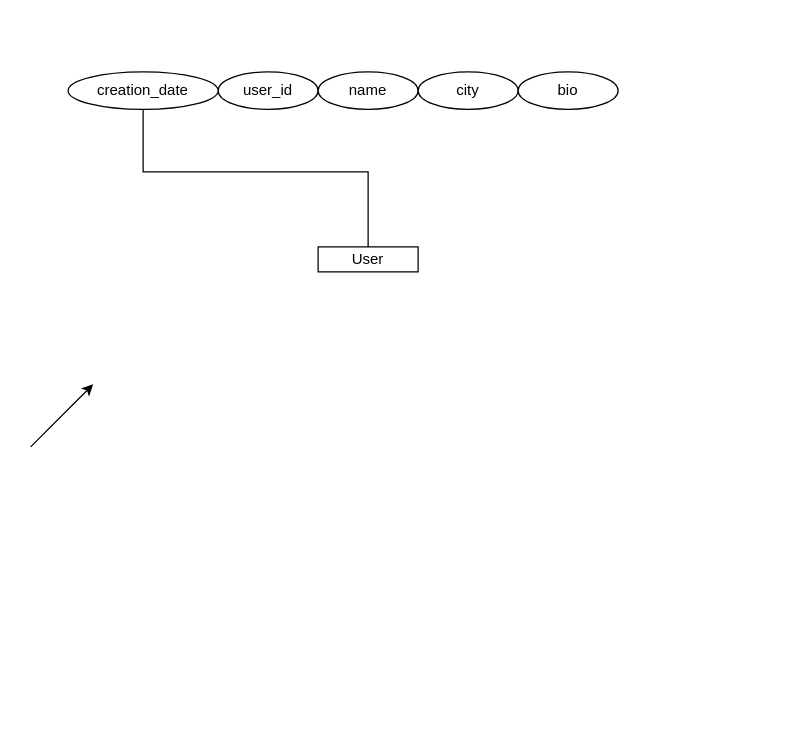
Earlier version of the draw.io diagram Assignment1.drawio (n30phyte/CMPUT291). Source tidied: cells renumbered, new cells numbered last; positions are measured from the earlier drawing's top-left corner, leaving out a move shared by most shapes. Both pictures are drawn from the tidied source at 125%, with x=0, y=0 at pixel (30, 71).
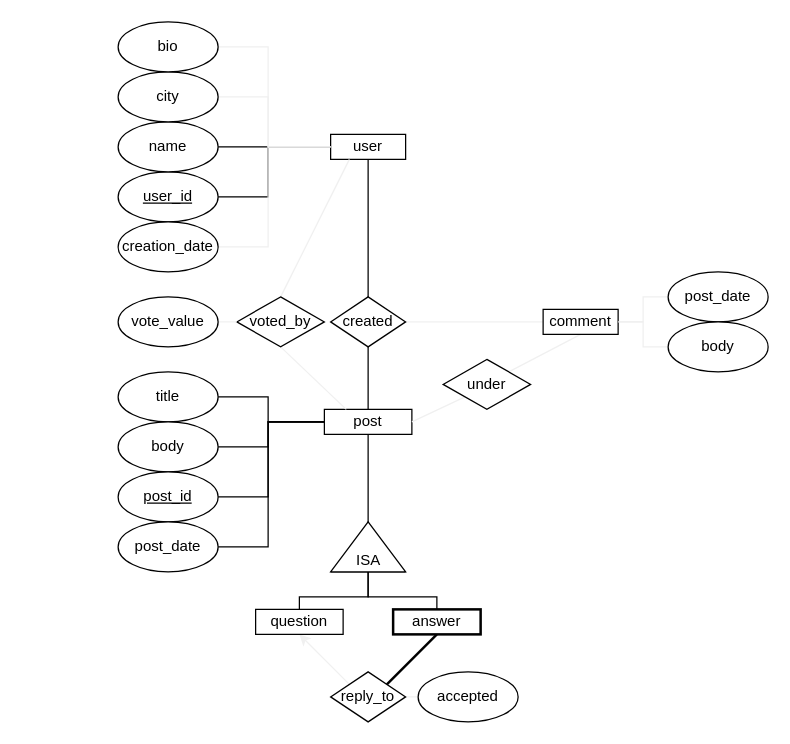
After the change.

Commit message:
Finished Draft 1 maybe?

Diff of the diagram source:
```diff
@@
+    <mxCell id="10" style="edgeStyle=orthogonalEdgeStyle;rounded=0;jettySize=auto;html=1;endArrow=none;endFill=0;exitX=0;exitY=0.5;exitDx=0;exitDy=0;" parent="1" edge="1" source="2" target="4">
+      <mxGeometry relative="1" as="geometry">
+        <Array as="points">
+          <mxPoint x="240" y="60" />
+        </Array>
+      </mxGeometry>
+    </mxCell>
+    <mxCell id="11" style="edgeStyle=orthogonalEdgeStyle;rounded=0;jettySize=auto;html=1;endArrow=none;endFill=0;" parent="1" edge="1" source="2" target="18">
+      <mxGeometry relative="1" as="geometry" />
+    </mxCell>
-    <mxCell id="2" value="&lt;div&gt;User&lt;/div&gt;" style="rounded=0;whiteSpace=wrap;html=1;" parent="1" vertex="1">
-      <mxGeometry x="230" y="140" width="80" height="20" as="geometry" />
+    <mxCell id="2" value="&lt;div&gt;user&lt;/div&gt;" style="rounded=0;whiteSpace=wrap;html=1;" parent="1" vertex="1">
+      <mxGeometry x="240" y="50" width="60" height="20" as="geometry" />
     </mxCell>
+    <mxCell id="12" style="edgeStyle=orthogonalEdgeStyle;rounded=0;jettySize=auto;html=1;exitX=1;exitY=0.5;exitDx=0;exitDy=0;entryX=0;entryY=0.5;entryDx=0;entryDy=0;endArrow=none;endFill=0;" parent="1" edge="1" source="3" target="2">
+      <mxGeometry relative="1" as="geometry">
+        <Array as="points">
+          <mxPoint x="190" y="100" />
+          <mxPoint x="190" y="60" />
+        </Array>
+      </mxGeometry>
+    </mxCell>
-    <mxCell id="3" value="&lt;div&gt;user_id&lt;/div&gt;" style="ellipse;whiteSpace=wrap;html=1;" parent="1" vertex="1">
-      <mxGeometry x="150" width="80" height="30" as="geometry" />
+    <mxCell id="3" value="&lt;div&gt;&lt;u&gt;user_id&lt;/u&gt;&lt;/div&gt;" style="ellipse;whiteSpace=wrap;html=1;" parent="1" vertex="1">
+      <mxGeometry x="70" y="80" width="80" height="40" as="geometry" />
     </mxCell>
     <mxCell id="4" value="&lt;div&gt;name&lt;/div&gt;" style="ellipse;whiteSpace=wrap;html=1;" parent="1" vertex="1">
-      <mxGeometry x="230" width="80" height="30" as="geometry" />
+      <mxGeometry x="70" y="40" width="80" height="40" as="geometry" />
     </mxCell>
+    <mxCell id="13" style="edgeStyle=orthogonalEdgeStyle;rounded=0;jettySize=auto;html=1;exitX=1;exitY=0.5;exitDx=0;exitDy=0;entryX=0;entryY=0.5;entryDx=0;entryDy=0;startArrow=none;startFill=0;endArrow=none;endFill=0;strokeColor=#f0f0f0;strokeWidth=1;" parent="1" edge="1" source="5" target="2">
+      <mxGeometry relative="1" as="geometry">
+        <Array as="points">
+          <mxPoint x="190" y="20" />
+          <mxPoint x="190" y="60" />
+        </Array>
+      </mxGeometry>
+    </mxCell>
     <mxCell id="5" value="&lt;div&gt;city&lt;/div&gt;" style="ellipse;whiteSpace=wrap;html=1;" parent="1" vertex="1">
-      <mxGeometry x="310" width="80" height="30" as="geometry" />
+      <mxGeometry x="70" width="80" height="40" as="geometry" />
     </mxCell>
+    <mxCell id="14" style="edgeStyle=orthogonalEdgeStyle;rounded=0;jettySize=auto;html=1;exitX=1;exitY=0.5;exitDx=0;exitDy=0;entryX=0;entryY=0.5;entryDx=0;entryDy=0;startArrow=none;startFill=0;endArrow=none;endFill=0;strokeColor=#f0f0f0;strokeWidth=1;" parent="1" edge="1" source="6" target="2">
+      <mxGeometry relative="1" as="geometry">
+        <Array as="points">
+          <mxPoint x="190" y="-20" />
+          <mxPoint x="190" y="60" />
+        </Array>
+      </mxGeometry>
+    </mxCell>
     <mxCell id="6" value="bio" style="ellipse;whiteSpace=wrap;html=1;" parent="1" vertex="1">
-      <mxGeometry x="390" width="80" height="30" as="geometry" />
+      <mxGeometry x="70" y="-40" width="80" height="40" as="geometry" />
     </mxCell>
+    <mxCell id="15" style="edgeStyle=orthogonalEdgeStyle;rounded=0;jettySize=auto;html=1;exitX=1;exitY=0.5;exitDx=0;exitDy=0;entryX=0;entryY=0.5;entryDx=0;entryDy=0;startArrow=none;startFill=0;endArrow=none;endFill=0;strokeColor=#f0f0f0;strokeWidth=1;" parent="1" edge="1" source="7" target="2">
+      <mxGeometry relative="1" as="geometry">
+        <Array as="points">
+          <mxPoint x="190" y="140" />
+          <mxPoint x="190" y="60" />
+        </Array>
+      </mxGeometry>
+    </mxCell>
     <mxCell id="7" value="creation_date" style="ellipse;whiteSpace=wrap;html=1;" parent="1" vertex="1">
-      <mxGeometry x="30" width="120" height="30" as="geometry" />
+      <mxGeometry x="70" y="120" width="80" height="40" as="geometry" />
     </mxCell>
-    <mxCell id="8" style="endArrow=none;html=1;entryX=0.5;entryY=1;entryDx=0;entryDy=0;exitX=0.5;exitY=0;exitDx=0;exitDy=0;rounded=0;snapToPoint=0;backgroundOutline=0;fixDash=0;" parent="1" edge="1" source="2" target="7">
-      <mxGeometry relative="1" as="geometry">
-        <Array as="points">
-          <mxPoint x="270" y="80" />
-          <mxPoint x="180" y="80" />
-          <mxPoint x="90" y="80" />
-        </Array>
-      </mxGeometry>
-    </mxCell>
-    <mxCell id="9" style="endArrow=classic;html=1;" parent="1" edge="1">
-      <mxGeometry relative="1" as="geometry">
-        <mxPoint y="300" as="sourcePoint" />
-        <mxPoint x="50" y="250" as="targetPoint" />
-      </mxGeometry>
-    </mxCell>
+    <mxCell id="16" style="edgeStyle=orthogonalEdgeStyle;rounded=0;jettySize=auto;html=1;endArrow=none;endFill=0;" parent="1" edge="1" source="18" target="21">
+      <mxGeometry relative="1" as="geometry" />
+    </mxCell>
+    <mxCell id="17" style="edgeStyle=orthogonalEdgeStyle;rounded=0;jettySize=auto;html=1;exitX=1;exitY=0.5;exitDx=0;exitDy=0;entryX=0;entryY=0.5;entryDx=0;entryDy=0;startArrow=none;startFill=0;endArrow=none;endFill=0;strokeColor=#f0f0f0;strokeWidth=1;" parent="1" edge="1" source="18" target="41">
+      <mxGeometry relative="1" as="geometry" />
+    </mxCell>
+    <mxCell id="18" value="created" style="rhombus;whiteSpace=wrap;html=1;rounded=0;" parent="1" vertex="1">
+      <mxGeometry x="240" y="180" width="60" height="40" as="geometry" />
+    </mxCell>
+    <mxCell id="19" style="edgeStyle=orthogonalEdgeStyle;rounded=0;jettySize=auto;html=1;endArrow=none;endFill=0;entryX=1;entryY=0.5;entryDx=0;entryDy=0;" parent="1" edge="1" source="21" target="22">
+      <mxGeometry relative="1" as="geometry">
+        <Array as="points">
+          <mxPoint x="190" y="280" />
+          <mxPoint x="190" y="260" />
+        </Array>
+      </mxGeometry>
+    </mxCell>
+    <mxCell id="20" style="edgeStyle=orthogonalEdgeStyle;rounded=0;jettySize=auto;html=1;endArrow=none;endFill=0;entryX=0;entryY=0;entryDx=30;entryDy=0;entryPerimeter=0;" parent="1" edge="1" source="21" target="31">
+      <mxGeometry relative="1" as="geometry" />
+    </mxCell>
+    <mxCell id="21" value="post" style="whiteSpace=wrap;html=1;rounded=0;" parent="1" vertex="1">
+      <mxGeometry x="235" y="270" width="70" height="20" as="geometry" />
+    </mxCell>
+    <mxCell id="22" value="&lt;div&gt;title&lt;/div&gt;" style="ellipse;whiteSpace=wrap;html=1;" parent="1" vertex="1">
+      <mxGeometry x="70" y="240" width="80" height="40" as="geometry" />
+    </mxCell>
+    <mxCell id="23" style="edgeStyle=orthogonalEdgeStyle;rounded=0;jettySize=auto;html=1;exitX=1;exitY=0.5;exitDx=0;exitDy=0;entryX=0;entryY=0.5;entryDx=0;entryDy=0;endArrow=none;endFill=0;" parent="1" edge="1" source="24" target="21">
+      <mxGeometry relative="1" as="geometry">
+        <Array as="points">
+          <mxPoint x="190" y="300" />
+          <mxPoint x="190" y="280" />
+        </Array>
+      </mxGeometry>
+    </mxCell>
+    <mxCell id="24" value="body" style="ellipse;whiteSpace=wrap;html=1;" parent="1" vertex="1">
+      <mxGeometry x="70" y="280" width="80" height="40" as="geometry" />
+    </mxCell>
+    <mxCell id="25" style="edgeStyle=orthogonalEdgeStyle;rounded=0;jettySize=auto;html=1;exitX=1;exitY=0.5;exitDx=0;exitDy=0;entryX=0;entryY=0.5;entryDx=0;entryDy=0;endArrow=none;endFill=0;" parent="1" edge="1" source="26" target="21">
+      <mxGeometry relative="1" as="geometry">
+        <Array as="points">
+          <mxPoint x="190" y="340" />
+          <mxPoint x="190" y="280" />
+        </Array>
+      </mxGeometry>
+    </mxCell>
+    <mxCell id="26" value="&lt;u&gt;post_id&lt;/u&gt;" style="ellipse;whiteSpace=wrap;html=1;" parent="1" vertex="1">
+      <mxGeometry x="70" y="320" width="80" height="40" as="geometry" />
+    </mxCell>
+    <mxCell id="27" style="edgeStyle=orthogonalEdgeStyle;rounded=0;jettySize=auto;html=1;exitX=1;exitY=0.5;exitDx=0;exitDy=0;entryX=0;entryY=0.5;entryDx=0;entryDy=0;endArrow=none;endFill=0;" parent="1" edge="1" source="28" target="21">
+      <mxGeometry relative="1" as="geometry">
+        <Array as="points">
+          <mxPoint x="190" y="380" />
+          <mxPoint x="190" y="280" />
+        </Array>
+      </mxGeometry>
+    </mxCell>
+    <mxCell id="28" value="post_date" style="ellipse;whiteSpace=wrap;html=1;" parent="1" vertex="1">
+      <mxGeometry x="70" y="360" width="80" height="40" as="geometry" />
+    </mxCell>
+    <mxCell id="29" style="edgeStyle=orthogonalEdgeStyle;rounded=0;jettySize=auto;html=1;exitX=0;exitY=1;exitDx=0;exitDy=0;exitPerimeter=0;entryX=0.5;entryY=0;entryDx=0;entryDy=0;endArrow=none;endFill=0;" parent="1" edge="1" source="31" target="33">
+      <mxGeometry relative="1" as="geometry">
+        <Array as="points">
+          <mxPoint x="270" y="400" />
+          <mxPoint x="270" y="420" />
+          <mxPoint x="215" y="420" />
+        </Array>
+      </mxGeometry>
+    </mxCell>
+    <mxCell id="30" style="edgeStyle=orthogonalEdgeStyle;rounded=0;jettySize=auto;html=1;exitX=1;exitY=1;exitDx=0;exitDy=0;exitPerimeter=0;entryX=0.5;entryY=0;entryDx=0;entryDy=0;endArrow=none;endFill=0;" parent="1" edge="1" source="31" target="35">
+      <mxGeometry relative="1" as="geometry">
+        <Array as="points">
+          <mxPoint x="270" y="400" />
+          <mxPoint x="270" y="420" />
+          <mxPoint x="325" y="420" />
+        </Array>
+      </mxGeometry>
+    </mxCell>
+    <mxCell id="31" value="ISA" style="verticalLabelPosition=middle;verticalAlign=bottom;html=1;shape=mxgraph.basic.acute_triangle;dx=0.5;labelPosition=center;align=center;" parent="1" vertex="1">
+      <mxGeometry x="240" y="360" width="60" height="40" as="geometry" />
+    </mxCell>
+    <mxCell id="32" style="edgeStyle=none;rounded=0;jettySize=auto;html=1;exitX=0.5;exitY=1;exitDx=0;exitDy=0;entryX=0;entryY=0;entryDx=0;entryDy=0;endArrow=none;endFill=0;strokeColor=#f0f0f0;startArrow=classic;startFill=1;" parent="1" edge="1" source="33" target="37">
+      <mxGeometry relative="1" as="geometry" />
+    </mxCell>
+    <mxCell id="33" value="question" style="whiteSpace=wrap;html=1;rounded=0;" parent="1" vertex="1">
+      <mxGeometry x="180" y="430" width="70" height="20" as="geometry" />
+    </mxCell>
+    <mxCell id="34" style="rounded=0;jettySize=auto;html=1;exitX=0.5;exitY=1;exitDx=0;exitDy=0;entryX=1;entryY=0;entryDx=0;entryDy=0;endArrow=none;endFill=0;strokeWidth=2;" parent="1" edge="1" source="35" target="37">
+      <mxGeometry relative="1" as="geometry" />
+    </mxCell>
+    <mxCell id="35" value="answer" style="whiteSpace=wrap;html=1;rounded=0;shadow=0;strokeWidth=2;" parent="1" vertex="1">
+      <mxGeometry x="290" y="430" width="70" height="20" as="geometry" />
+    </mxCell>
+    <mxCell id="36" style="edgeStyle=none;rounded=0;jettySize=auto;html=1;startArrow=none;startFill=0;endArrow=none;endFill=0;strokeColor=#f0f0f0;strokeWidth=1;" parent="1" edge="1" source="37" target="38">
+      <mxGeometry relative="1" as="geometry" />
+    </mxCell>
+    <mxCell id="37" value="reply_to" style="rhombus;whiteSpace=wrap;html=1;rounded=0;" parent="1" vertex="1">
+      <mxGeometry x="240" y="480" width="60" height="40" as="geometry" />
+    </mxCell>
+    <mxCell id="38" value="accepted" style="ellipse;whiteSpace=wrap;html=1;" parent="1" vertex="1">
+      <mxGeometry x="310" y="480" width="80" height="40" as="geometry" />
+    </mxCell>
+    <mxCell id="39" style="rounded=0;jettySize=auto;html=1;exitX=0.5;exitY=1;exitDx=0;exitDy=0;entryX=1;entryY=0;entryDx=0;entryDy=0;startArrow=none;startFill=0;endArrow=none;endFill=0;strokeColor=#f0f0f0;strokeWidth=1;" parent="1" edge="1" source="41" target="43">
+      <mxGeometry relative="1" as="geometry" />
+    </mxCell>
+    <mxCell id="40" style="edgeStyle=orthogonalEdgeStyle;rounded=0;jettySize=auto;html=1;exitX=1;exitY=0.5;exitDx=0;exitDy=0;entryX=0;entryY=0.5;entryDx=0;entryDy=0;startArrow=none;startFill=0;endArrow=none;endFill=0;strokeColor=#f0f0f0;strokeWidth=1;" parent="1" edge="1" source="41" target="46">
+      <mxGeometry relative="1" as="geometry" />
+    </mxCell>
+    <mxCell id="41" value="&lt;div&gt;comment&lt;/div&gt;" style="whiteSpace=wrap;html=1;align=center;shadow=0;strokeWidth=1;" parent="1" vertex="1">
+      <mxGeometry x="410" y="190" width="60" height="20" as="geometry" />
+    </mxCell>
+    <mxCell id="42" style="edgeStyle=none;rounded=0;jettySize=auto;html=1;exitX=0;exitY=1;exitDx=0;exitDy=0;entryX=1;entryY=0.5;entryDx=0;entryDy=0;startArrow=none;startFill=0;endArrow=none;endFill=0;strokeColor=#f0f0f0;strokeWidth=1;" parent="1" edge="1" source="43" target="21">
+      <mxGeometry relative="1" as="geometry" />
+    </mxCell>
+    <mxCell id="43" value="under" style="shape=rhombus;perimeter=rhombusPerimeter;whiteSpace=wrap;html=1;align=center;shadow=0;strokeWidth=1;" parent="1" vertex="1">
+      <mxGeometry x="330" y="230" width="70" height="40" as="geometry" />
+    </mxCell>
+    <mxCell id="44" style="edgeStyle=orthogonalEdgeStyle;rounded=0;jettySize=auto;html=1;exitX=0;exitY=0.5;exitDx=0;exitDy=0;startArrow=none;startFill=0;endArrow=none;endFill=0;strokeColor=#f0f0f0;strokeWidth=1;entryX=1;entryY=0.5;entryDx=0;entryDy=0;" parent="1" edge="1" source="45" target="41">
+      <mxGeometry relative="1" as="geometry" />
+    </mxCell>
+    <mxCell id="45" value="post_date" style="ellipse;whiteSpace=wrap;html=1;" parent="1" vertex="1">
+      <mxGeometry x="510" y="160" width="80" height="40" as="geometry" />
+    </mxCell>
+    <mxCell id="46" value="body" style="ellipse;whiteSpace=wrap;html=1;" parent="1" vertex="1">
+      <mxGeometry x="510" y="200" width="80" height="40" as="geometry" />
+    </mxCell>
+    <mxCell id="47" style="rounded=0;jettySize=auto;html=1;exitX=0.5;exitY=0;exitDx=0;exitDy=0;entryX=0.25;entryY=1;entryDx=0;entryDy=0;startArrow=none;startFill=0;endArrow=none;endFill=0;strokeColor=#f0f0f0;strokeWidth=1;" parent="1" edge="1" source="49" target="2">
+      <mxGeometry relative="1" as="geometry" />
+    </mxCell>
+    <mxCell id="48" style="edgeStyle=none;rounded=0;jettySize=auto;html=1;exitX=0.5;exitY=1;exitDx=0;exitDy=0;entryX=0.25;entryY=0;entryDx=0;entryDy=0;startArrow=none;startFill=0;endArrow=none;endFill=0;strokeColor=#f0f0f0;strokeWidth=1;" parent="1" edge="1" source="49" target="21">
+      <mxGeometry relative="1" as="geometry" />
+    </mxCell>
+    <mxCell id="49" value="voted_by" style="shape=rhombus;perimeter=rhombusPerimeter;whiteSpace=wrap;html=1;align=center;shadow=0;strokeWidth=1;" parent="1" vertex="1">
+      <mxGeometry x="165" y="180" width="70" height="40" as="geometry" />
+    </mxCell>
+    <mxCell id="50" style="edgeStyle=none;rounded=0;jettySize=auto;html=1;exitX=1;exitY=0.5;exitDx=0;exitDy=0;entryX=0;entryY=0.5;entryDx=0;entryDy=0;startArrow=none;startFill=0;endArrow=none;endFill=0;strokeColor=#f0f0f0;strokeWidth=1;" parent="1" edge="1" source="51" target="49">
+      <mxGeometry relative="1" as="geometry" />
+    </mxCell>
+    <mxCell id="51" value="vote_value" style="ellipse;whiteSpace=wrap;html=1;" parent="1" vertex="1">
+      <mxGeometry x="70" y="180" width="80" height="40" as="geometry" />
+    </mxCell>
```
